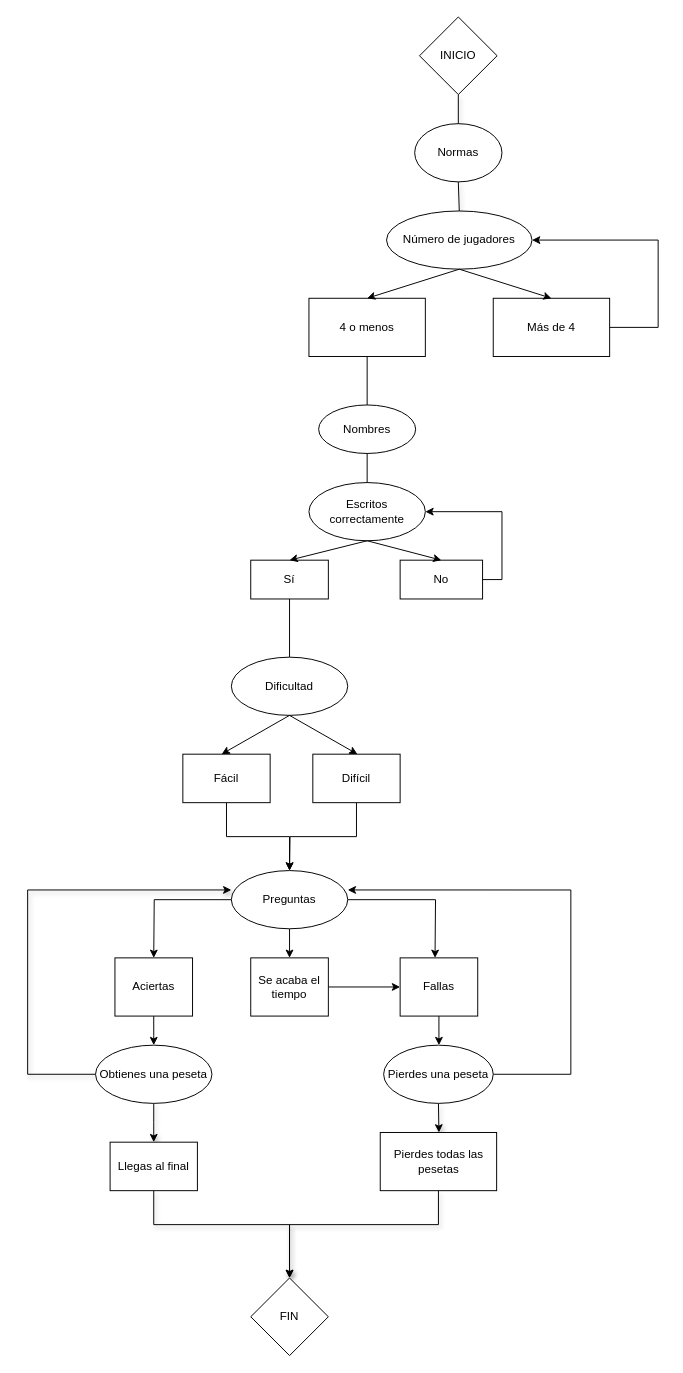
Above: flujograma infor.drawio in aigora/twQ103_2122-alt-f4 (draw.io), before the change. Source tidied: cells renumbered, new cells numbered last; positions are measured from the earlier drawing's top-left corner, leaving out a move shared by most shapes. Both pictures are drawn from the tidied source at 97%, with x=0, y=0 at pixel (27, 16).
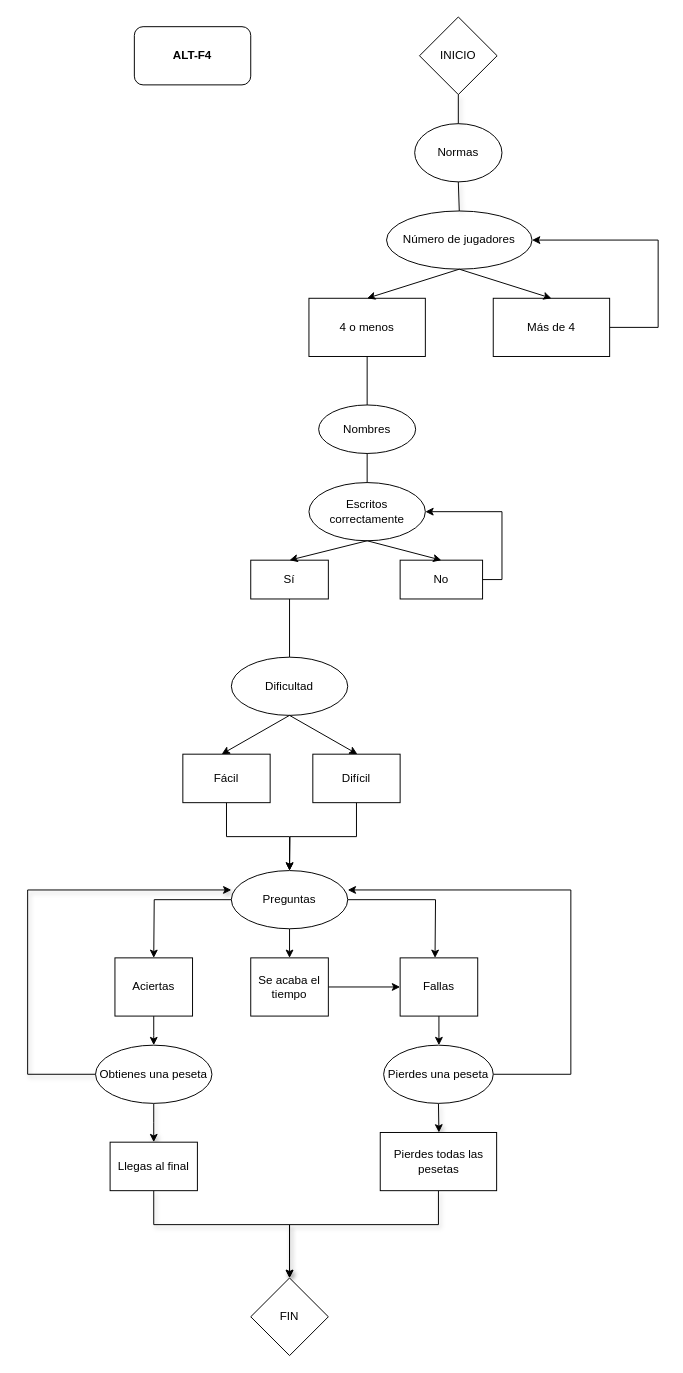
Above is the later version.

Commit message:
flujograma(lo ha hecho Mario pero no podia subirlo asi que lo subo yo)

The edit, as a diff of the source:
```diff
@@
+    <mxCell id="51" value="ALT-F4" style="rounded=1;whiteSpace=wrap;html=1;fontStyle=1;" parent="1" vertex="1">
+      <mxGeometry x="110" y="10" width="120" height="60" as="geometry" />
+    </mxCell>
```
